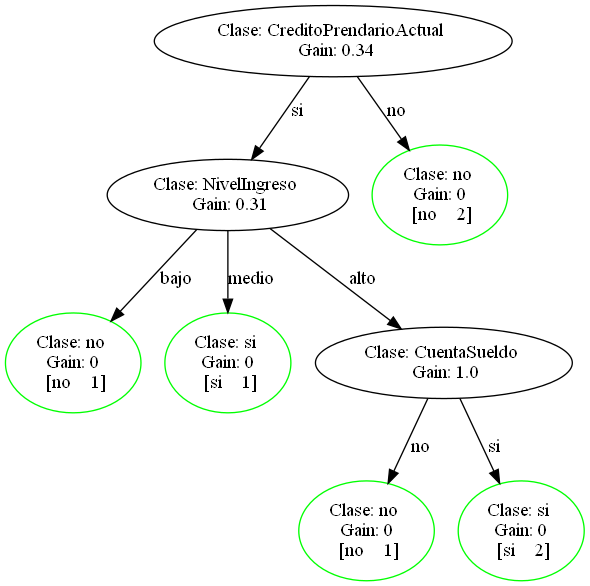
The Graphviz diagram test_output/gain_ratio.png in AlejandroFNadal/ia_decision_trees, before a commit. Its source is kept beside it as test_output/gain_ratio.dot.
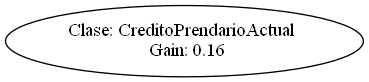
After the commit.

The edit, as a diff of the source:
```diff
@@ -1,30 +1,4 @@
 digraph {
 	0 [label="Clase: CreditoPrendarioActual
- Gain: 0.34"]
-	31 [label="Clase: NivelIngreso
- Gain: 0.31"]
-	0 -> 31 [label=si splines=line]
-	32 [label="Clase: no
- Gain: 0
- [no    1]" color=green]
-	31 -> 32 [label=bajo splines=line]
-	33 [label="Clase: si
- Gain: 0
- [si    1]" color=green]
-	31 -> 33 [label=medio splines=line]
-	34 [label="Clase: CuentaSueldo
- Gain: 1.0"]
-	31 -> 34 [label=alto splines=line]
-	35 [label="Clase: no
- Gain: 0
- [no    1]" color=green]
-	34 -> 35 [label=no splines=line]
-	36 [label="Clase: si
- Gain: 0
- [si    2]" color=green]
-	34 -> 36 [label=si splines=line]
-	37 [label="Clase: no
- Gain: 0
- [no    2]" color=green]
-	0 -> 37 [label=no splines=line]
+ Gain: 0.16"]
 }
```
